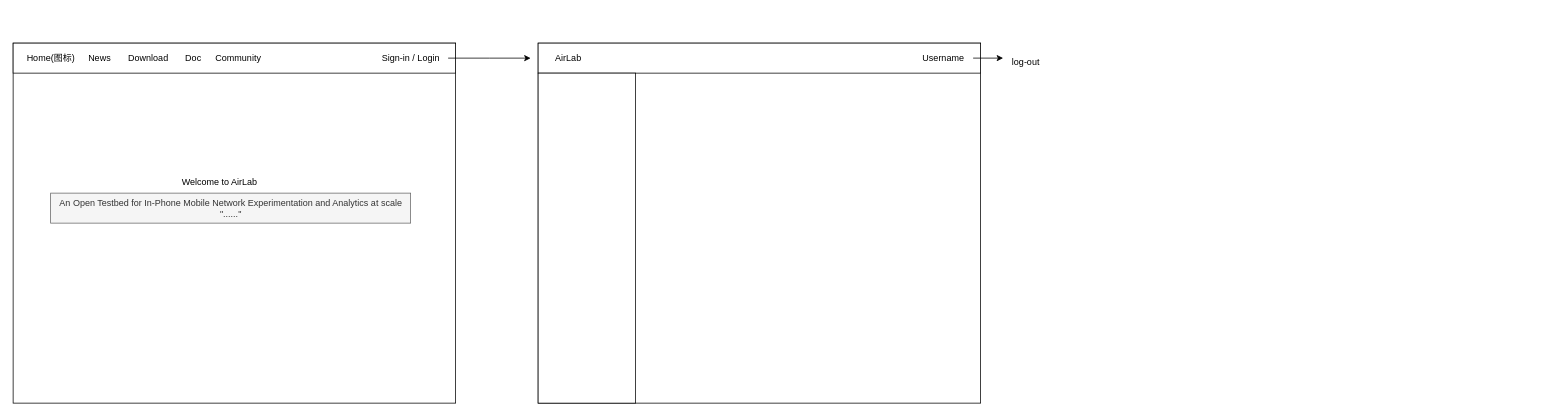
Before: server设计.drawio in Markshilong/DrawFigures, a draw.io diagram. Source tidied: cells renumbered, new cells numbered last; positions are measured from the earlier drawing's top-left corner, leaving out a move shared by most shapes. Both pictures are drawn from the tidied source at 75%, with x=0, y=0 at pixel (13, 43).
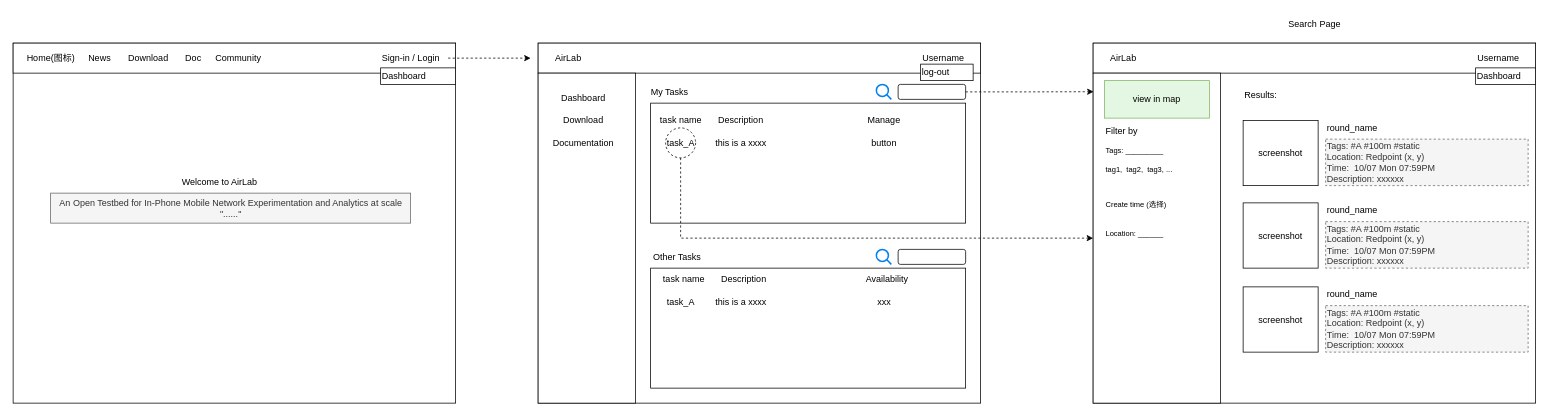
The same page after the edit.

The change refers to these unchanged cells:
```xml
<mxCell id="5" value="Sign-in / Login" style="text;html=1;align=center;verticalAlign=middle;points=[];strokeColor=none;fillColor=none;" parent="1" vertex="1">
  <mxGeometry x="480" y="5" width="100" height="30" as="geometry" />
</mxCell>
<mxCell id="16" value="Username" style="text;html=1;align=center;verticalAlign=middle;points=[];strokeColor=none;fillColor=none;" parent="1" vertex="1">
  <mxGeometry x="1200" y="5" width="80" height="30" as="geometry" />
</mxCell>
```

Diff of the diagram source:
```diff
@@
-    <mxCell id="4" style="edgeStyle=orthogonalEdgeStyle;rounded=0;jettySize=auto;html=1;" parent="1" edge="1" source="5">
+    <mxCell id="4" style="edgeStyle=orthogonalEdgeStyle;rounded=0;jettySize=auto;html=1;dashed=1;" parent="1" edge="1" source="5">
       <mxGeometry relative="1" as="geometry">
         <mxPoint x="690" y="20" as="targetPoint" />
       </mxGeometry>
     </mxCell>
@@
-    <mxCell id="15" style="edgeStyle=orthogonalEdgeStyle;rounded=0;jettySize=auto;html=1;entryX=0;entryY=0.333;entryDx=0;entryDy=0;entryPerimeter=0;" parent="1" edge="1" source="16" target="17">
-      <mxGeometry relative="1" as="geometry" />
-    </mxCell>
@@
-    <mxCell id="17" value="log-out" style="text;html=1;align=center;verticalAlign=middle;points=[];strokeColor=none;fillColor=none;" parent="1" vertex="1">
-      <mxGeometry x="1320" y="10" width="60" height="30" as="geometry" />
-    </mxCell>
@@
+    <mxCell id="20" value="Dashboard" style="text;html=1;align=center;verticalAlign=middle;strokeColor=none;fillColor=none;" parent="1" vertex="1">
+      <mxGeometry x="720" y="58" width="80" height="30" as="geometry" />
+    </mxCell>
+    <mxCell id="21" value="Download" style="text;html=1;align=center;verticalAlign=middle;strokeColor=none;fillColor=none;" parent="1" vertex="1">
+      <mxGeometry x="720" y="88" width="80" height="30" as="geometry" />
+    </mxCell>
+    <mxCell id="22" value="Documentation" style="text;html=1;align=center;verticalAlign=middle;strokeColor=none;fillColor=none;" parent="1" vertex="1">
+      <mxGeometry x="710" y="118" width="100" height="30" as="geometry" />
+    </mxCell>
+    <mxCell id="23" style="rounded=0;whiteSpace=wrap;html=1;" parent="1" vertex="1">
+      <mxGeometry x="850" y="80" width="420" height="160" as="geometry" />
+    </mxCell>
+    <mxCell id="24" value="My Tasks" style="text;html=1;align=center;verticalAlign=middle;strokeColor=none;fillColor=none;" parent="1" vertex="1">
+      <mxGeometry x="840" y="50" width="70" height="30" as="geometry" />
+    </mxCell>
+    <mxCell id="25" value="Other Tasks" style="text;html=1;align=center;verticalAlign=middle;strokeColor=none;fillColor=none;" parent="1" vertex="1">
+      <mxGeometry x="840" y="270" width="90" height="30" as="geometry" />
+    </mxCell>
+    <mxCell id="26" style="rounded=0;whiteSpace=wrap;html=1;" parent="1" vertex="1">
+      <mxGeometry x="850" y="300" width="420" height="160" as="geometry" />
+    </mxCell>
+    <mxCell id="27" value="task name" style="text;html=1;align=center;verticalAlign=middle;strokeColor=none;fillColor=none;" parent="1" vertex="1">
+      <mxGeometry x="850" y="88" width="80" height="30" as="geometry" />
+    </mxCell>
+    <mxCell id="28" value="Description" style="text;html=1;align=center;verticalAlign=middle;strokeColor=none;fillColor=none;" parent="1" vertex="1">
+      <mxGeometry x="930" y="88" width="80" height="30" as="geometry" />
+    </mxCell>
+    <mxCell id="29" value="Manage" style="text;html=1;align=center;verticalAlign=middle;strokeColor=none;fillColor=none;" parent="1" vertex="1">
+      <mxGeometry x="1126" y="88" width="70" height="30" as="geometry" />
+    </mxCell>
+    <mxCell id="30" value="task name" style="text;html=1;align=center;verticalAlign=middle;strokeColor=none;fillColor=none;" parent="1" vertex="1">
+      <mxGeometry x="854" y="300" width="80" height="30" as="geometry" />
+    </mxCell>
+    <mxCell id="31" value="Description" style="text;html=1;align=center;verticalAlign=middle;strokeColor=none;fillColor=none;" parent="1" vertex="1">
+      <mxGeometry x="934" y="300" width="80" height="30" as="geometry" />
+    </mxCell>
+    <mxCell id="32" style="rounded=0;whiteSpace=wrap;html=1;" parent="1" vertex="1">
+      <mxGeometry x="1440" width="590" height="480" as="geometry" />
+    </mxCell>
+    <mxCell id="33" style="rounded=1;whiteSpace=wrap;html=1;" parent="1" vertex="1">
+      <mxGeometry x="1180" y="55" width="90" height="20" as="geometry" />
+    </mxCell>
+    <mxCell id="34" style="html=1;verticalLabelPosition=bottom;align=center;labelBackgroundColor=#ffffff;verticalAlign=top;strokeWidth=2;strokeColor=#0080F0;shadow=0;dashed=0;shape=mxgraph.ios7.icons.looking_glass;" parent="1" vertex="1">
+      <mxGeometry x="1151" y="55" width="20" height="20" as="geometry" />
+    </mxCell>
+    <mxCell id="35" style="rounded=1;whiteSpace=wrap;html=1;" parent="1" vertex="1">
+      <mxGeometry x="1180" y="275" width="90" height="20" as="geometry" />
+    </mxCell>
+    <mxCell id="36" style="html=1;verticalLabelPosition=bottom;align=center;labelBackgroundColor=#ffffff;verticalAlign=top;strokeWidth=2;strokeColor=#0080F0;shadow=0;dashed=0;shape=mxgraph.ios7.icons.looking_glass;" parent="1" vertex="1">
+      <mxGeometry x="1151" y="275" width="20" height="20" as="geometry" />
+    </mxCell>
+    <mxCell id="37" value="Search Page" style="text;html=1;align=center;verticalAlign=middle;strokeColor=none;fillColor=none;" parent="1" vertex="1">
+      <mxGeometry x="1690" y="-40" width="90" height="30" as="geometry" />
+    </mxCell>
+    <mxCell id="38" value="task_A" style="text;html=1;align=center;verticalAlign=middle;strokeColor=none;fillColor=none;" parent="1" vertex="1">
+      <mxGeometry x="860" y="118" width="60" height="30" as="geometry" />
+    </mxCell>
+    <mxCell id="39" value="this is a xxxx" style="text;html=1;align=center;verticalAlign=middle;strokeColor=none;fillColor=none;" parent="1" vertex="1">
+      <mxGeometry x="925" y="118" width="90" height="30" as="geometry" />
+    </mxCell>
+    <mxCell id="40" value="button" style="text;html=1;align=center;verticalAlign=middle;strokeColor=none;fillColor=none;" parent="1" vertex="1">
+      <mxGeometry x="1131" y="118" width="60" height="30" as="geometry" />
+    </mxCell>
+    <mxCell id="41" value="task_A" style="text;html=1;align=center;verticalAlign=middle;strokeColor=none;fillColor=none;" parent="1" vertex="1">
+      <mxGeometry x="860" y="330" width="60" height="30" as="geometry" />
+    </mxCell>
+    <mxCell id="42" value="this is a xxxx" style="text;html=1;align=center;verticalAlign=middle;strokeColor=none;fillColor=none;" parent="1" vertex="1">
+      <mxGeometry x="925" y="330" width="90" height="30" as="geometry" />
+    </mxCell>
+    <mxCell id="43" value="xxx" style="text;html=1;align=center;verticalAlign=middle;strokeColor=none;fillColor=none;" parent="1" vertex="1">
+      <mxGeometry x="1141" y="330" width="40" height="30" as="geometry" />
+    </mxCell>
+    <mxCell id="44" value="Availability" style="text;html=1;align=center;verticalAlign=middle;strokeColor=none;fillColor=none;" parent="1" vertex="1">
+      <mxGeometry x="1125" y="300" width="80" height="30" as="geometry" />
+    </mxCell>
+    <mxCell id="45" style="edgeStyle=orthogonalEdgeStyle;rounded=0;jettySize=auto;html=1;entryX=0.001;entryY=0.135;entryDx=0;entryDy=0;entryPerimeter=0;dashed=1;" parent="1" edge="1" source="33" target="32">
+      <mxGeometry relative="1" as="geometry" />
+    </mxCell>
+    <mxCell id="46" style="rounded=0;whiteSpace=wrap;html=1;" parent="1" vertex="1">
+      <mxGeometry x="1440" width="590" height="40" as="geometry" />
+    </mxCell>
+    <mxCell id="47" value="Username" style="text;html=1;align=center;verticalAlign=middle;strokeColor=none;fillColor=none;" parent="1" vertex="1">
+      <mxGeometry x="1940" y="5" width="80" height="30" as="geometry" />
+    </mxCell>
+    <mxCell id="48" value="AirLab" style="text;html=1;align=center;verticalAlign=middle;strokeColor=none;fillColor=none;" parent="1" vertex="1">
+      <mxGeometry x="1450" y="5" width="60" height="30" as="geometry" />
+    </mxCell>
+    <mxCell id="49" value="Dashboard" style="whiteSpace=wrap;html=1;align=left;" parent="1" vertex="1">
+      <mxGeometry x="490" y="33" width="100" height="22" as="geometry" />
+    </mxCell>
+    <mxCell id="17" value="&lt;span style=&quot;text-align: center; text-wrap: nowrap;&quot;&gt;log-out&lt;/span&gt;" style="whiteSpace=wrap;html=1;align=left;" parent="1" vertex="1">
+      <mxGeometry x="1210" y="28" width="70" height="22" as="geometry" />
+    </mxCell>
+    <mxCell id="50" value="Dashboard" style="whiteSpace=wrap;html=1;align=left;" parent="1" vertex="1">
+      <mxGeometry x="1950" y="33" width="80" height="22" as="geometry" />
+    </mxCell>
+    <mxCell id="51" value="screenshot" style="rounded=0;whiteSpace=wrap;html=1;" parent="1" vertex="1">
+      <mxGeometry x="1640" y="103" width="100" height="87" as="geometry" />
+    </mxCell>
+    <mxCell id="52" value="round_name" style="text;html=1;align=left;verticalAlign=middle;strokeColor=none;fillColor=none;" parent="1" vertex="1">
+      <mxGeometry x="1750" y="98" width="90" height="30" as="geometry" />
+    </mxCell>
+    <mxCell id="53" value="Tags: #A #100m #static&lt;div&gt;Location: Redpoint (x, y)&lt;/div&gt;&lt;div&gt;Time:&amp;nbsp; 10/07 Mon 07:59PM&lt;/div&gt;&lt;div&gt;Description: xxxxxx&lt;/div&gt;" style="whiteSpace=wrap;html=1;fillColor=#f5f5f5;fontColor=#333333;strokeColor=#666666;dashed=1;align=left;" parent="1" vertex="1">
+      <mxGeometry x="1750" y="128" width="270" height="62" as="geometry" />
+    </mxCell>
+    <mxCell id="54" value="screenshot" style="rounded=0;whiteSpace=wrap;html=1;" parent="1" vertex="1">
+      <mxGeometry x="1640" y="213" width="100" height="87" as="geometry" />
+    </mxCell>
+    <mxCell id="55" value="round_name" style="text;html=1;align=left;verticalAlign=middle;strokeColor=none;fillColor=none;" parent="1" vertex="1">
+      <mxGeometry x="1750" y="208" width="90" height="30" as="geometry" />
+    </mxCell>
+    <mxCell id="56" value="Tags: #A #100m #static&lt;div&gt;Location: Redpoint (x, y)&lt;/div&gt;&lt;div&gt;Time:&amp;nbsp; 10/07 Mon 07:59PM&lt;/div&gt;&lt;div&gt;Description: xxxxxx&lt;/div&gt;" style="whiteSpace=wrap;html=1;fillColor=#f5f5f5;fontColor=#333333;strokeColor=#666666;dashed=1;align=left;" parent="1" vertex="1">
+      <mxGeometry x="1750" y="238" width="270" height="62" as="geometry" />
+    </mxCell>
+    <mxCell id="57" value="screenshot" style="rounded=0;whiteSpace=wrap;html=1;" parent="1" vertex="1">
+      <mxGeometry x="1640" y="325" width="100" height="87" as="geometry" />
+    </mxCell>
+    <mxCell id="58" value="round_name" style="text;html=1;align=left;verticalAlign=middle;strokeColor=none;fillColor=none;" parent="1" vertex="1">
+      <mxGeometry x="1750" y="320" width="90" height="30" as="geometry" />
+    </mxCell>
+    <mxCell id="59" value="Tags: #A #100m #static&lt;div&gt;Location: Redpoint (x, y)&lt;/div&gt;&lt;div&gt;Time:&amp;nbsp; 10/07 Mon 07:59PM&lt;/div&gt;&lt;div&gt;Description: xxxxxx&lt;/div&gt;" style="whiteSpace=wrap;html=1;fillColor=#f5f5f5;fontColor=#333333;strokeColor=#666666;dashed=1;align=left;" parent="1" vertex="1">
+      <mxGeometry x="1750" y="350" width="270" height="62" as="geometry" />
+    </mxCell>
+    <mxCell id="60" style="rounded=0;whiteSpace=wrap;html=1;" parent="1" vertex="1">
+      <mxGeometry x="1440" y="40" width="170" height="440" as="geometry" />
+    </mxCell>
+    <mxCell id="61" value="Results:" style="text;html=1;align=left;verticalAlign=middle;strokeColor=none;fillColor=none;" parent="1" vertex="1">
+      <mxGeometry x="1640" y="55" width="70" height="30" as="geometry" />
+    </mxCell>
+    <mxCell id="62" value="Filter by" style="text;html=1;align=left;verticalAlign=middle;strokeColor=none;fillColor=none;" parent="1" vertex="1">
+      <mxGeometry x="1455" y="103" width="70" height="30" as="geometry" />
+    </mxCell>
+    <mxCell id="63" value="view in map" style="whiteSpace=wrap;html=1;fillColor=#E3F7E2;strokeColor=#82b366;" parent="1" vertex="1">
+      <mxGeometry x="1455" y="50" width="140" height="50" as="geometry" />
+    </mxCell>
+    <mxCell id="64" style="edgeStyle=orthogonalEdgeStyle;rounded=0;jettySize=auto;html=1;entryX=0;entryY=0.5;entryDx=0;entryDy=0;dashed=1;" parent="1" edge="1" source="65" target="60">
+      <mxGeometry relative="1" as="geometry">
+        <Array as="points">
+          <mxPoint x="890" y="260" />
+        </Array>
+      </mxGeometry>
+    </mxCell>
+    <mxCell id="65" style="ellipse;whiteSpace=wrap;html=1;fillColor=none;dashed=1;" parent="1" vertex="1">
+      <mxGeometry x="870" y="113" width="40" height="40" as="geometry" />
+    </mxCell>
+    <mxCell id="66" value="&lt;font style=&quot;font-size: 10px;&quot;&gt;Tags: _________&lt;/font&gt;" style="text;html=1;align=left;verticalAlign=middle;strokeColor=none;fillColor=none;" parent="1" vertex="1">
+      <mxGeometry x="1455" y="128" width="100" height="30" as="geometry" />
+    </mxCell>
+    <mxCell id="67" value="&lt;span style=&quot;font-size: 10px;&quot;&gt;Create time (选择)&lt;/span&gt;" style="text;html=1;align=left;verticalAlign=middle;strokeColor=none;fillColor=none;" parent="1" vertex="1">
+      <mxGeometry x="1455" y="200" width="100" height="30" as="geometry" />
+    </mxCell>
+    <mxCell id="68" value="&lt;span style=&quot;font-size: 10px;&quot;&gt;tag1,&amp;nbsp; tag2,&amp;nbsp; tag3, ...&lt;/span&gt;" style="text;html=1;align=left;verticalAlign=middle;strokeColor=none;fillColor=none;" parent="1" vertex="1">
+      <mxGeometry x="1455" y="153" width="110" height="30" as="geometry" />
+    </mxCell>
+    <mxCell id="69" value="&lt;span style=&quot;font-size: 10px;&quot;&gt;Location: ______&lt;/span&gt;" style="text;html=1;align=left;verticalAlign=middle;strokeColor=none;fillColor=none;" parent="1" vertex="1">
+      <mxGeometry x="1455" y="238" width="100" height="30" as="geometry" />
+    </mxCell>
```
